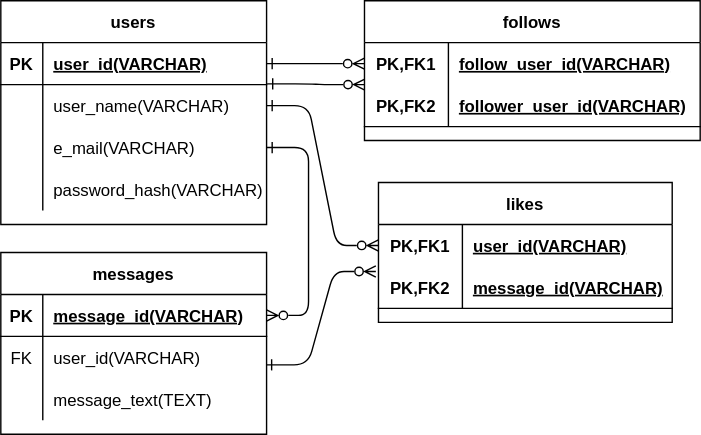
The draw.io diagram docs/ER.svg in shinbunbun/sns, before a commit. Source tidied: cells renumbered, new cells last; positions are measured from the earlier drawing's top-left corner, leaving out a move shared by most shapes.
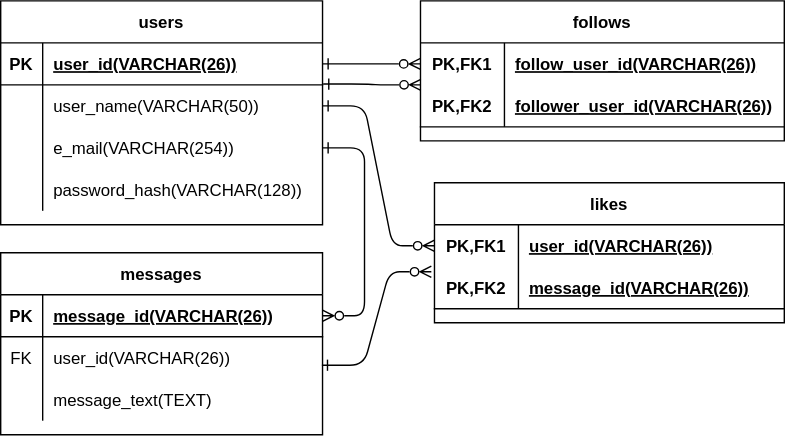
After the commit.

Commit message:
VARCHARの長さを追加

The edit, as a diff of the source:
```diff
@@ -3,118 +3,118 @@
     <mxCell id="0" />
     <mxCell id="1" parent="0" />
     <mxCell id="2" value="users" style="shape=table;startSize=30;rowLines=0;fontStyle=1;align=center;" parent="1" vertex="1">
-      <mxGeometry width="190" height="160" as="geometry" />
+      <mxGeometry x="-20" width="230" height="160" as="geometry" />
     </mxCell>
     <mxCell id="3" style="shape=partialRectangle;fillColor=none;top=0;left=0;bottom=1;right=0;points=[[0,0.5],[1,0.5]];portConstraint=eastwest;" parent="2" vertex="1">
-      <mxGeometry y="30" width="190" height="30" as="geometry" />
+      <mxGeometry y="30" width="230" height="30" as="geometry" />
     </mxCell>
     <mxCell id="4" value="PK" style="shape=partialRectangle;fillColor=none;top=0;left=0;bottom=0;right=0;fontStyle=1;overflow=hidden;" parent="3" vertex="1">
       <mxGeometry width="30" height="30" as="geometry" />
     </mxCell>
-    <mxCell id="5" value="user_id(VARCHAR)" style="shape=partialRectangle;fillColor=none;top=0;left=0;bottom=0;right=0;align=left;spacingLeft=6;fontStyle=5;overflow=hidden;" parent="3" vertex="1">
-      <mxGeometry x="30" width="160" height="30" as="geometry" />
+    <mxCell id="5" value="user_id(VARCHAR(26))" style="shape=partialRectangle;fillColor=none;top=0;left=0;bottom=0;right=0;align=left;spacingLeft=6;fontStyle=5;overflow=hidden;" parent="3" vertex="1">
+      <mxGeometry x="30" width="200" height="30" as="geometry" />
     </mxCell>
     <mxCell id="6" style="shape=partialRectangle;fillColor=none;top=0;left=0;bottom=0;right=0;points=[[0,0.5],[1,0.5]];portConstraint=eastwest;" parent="2" vertex="1">
-      <mxGeometry y="60" width="190" height="30" as="geometry" />
+      <mxGeometry y="60" width="230" height="30" as="geometry" />
     </mxCell>
     <mxCell id="7" style="shape=partialRectangle;fillColor=none;top=0;left=0;bottom=0;right=0;overflow=hidden;" parent="6" vertex="1">
       <mxGeometry width="30" height="30" as="geometry" />
     </mxCell>
-    <mxCell id="8" value="user_name(VARCHAR)" style="shape=partialRectangle;fillColor=none;top=0;left=0;bottom=0;right=0;align=left;spacingLeft=6;overflow=hidden;" parent="6" vertex="1">
-      <mxGeometry x="30" width="160" height="30" as="geometry" />
+    <mxCell id="8" value="user_name(VARCHAR(50))" style="shape=partialRectangle;fillColor=none;top=0;left=0;bottom=0;right=0;align=left;spacingLeft=6;overflow=hidden;" parent="6" vertex="1">
+      <mxGeometry x="30" width="200" height="30" as="geometry" />
     </mxCell>
     <mxCell id="9" style="shape=partialRectangle;fillColor=none;top=0;left=0;bottom=0;right=0;points=[[0,0.5],[1,0.5]];portConstraint=eastwest;" parent="2" vertex="1">
-      <mxGeometry y="90" width="190" height="30" as="geometry" />
+      <mxGeometry y="90" width="230" height="30" as="geometry" />
     </mxCell>
     <mxCell id="10" style="shape=partialRectangle;fillColor=none;top=0;left=0;bottom=0;right=0;overflow=hidden;" parent="9" vertex="1">
       <mxGeometry width="30" height="30" as="geometry" />
     </mxCell>
-    <mxCell id="11" value="e_mail(VARCHAR)" style="shape=partialRectangle;fillColor=none;top=0;left=0;bottom=0;right=0;align=left;spacingLeft=6;overflow=hidden;" parent="9" vertex="1">
-      <mxGeometry x="30" width="160" height="30" as="geometry" />
+    <mxCell id="11" value="e_mail(VARCHAR(254))" style="shape=partialRectangle;fillColor=none;top=0;left=0;bottom=0;right=0;align=left;spacingLeft=6;overflow=hidden;" parent="9" vertex="1">
+      <mxGeometry x="30" width="200" height="30" as="geometry" />
     </mxCell>
     <mxCell id="12" style="shape=partialRectangle;fillColor=none;top=0;left=0;bottom=0;right=0;" parent="2" vertex="1">
-      <mxGeometry y="120" width="190" height="30" as="geometry" />
+      <mxGeometry y="120" width="230" height="30" as="geometry" />
     </mxCell>
     <mxCell id="13" style="shape=partialRectangle;fillColor=none;top=0;left=0;bottom=0;right=0;overflow=hidden;" parent="12" vertex="1">
       <mxGeometry width="30" height="30" as="geometry" />
     </mxCell>
-    <mxCell id="14" value="password_hash(VARCHAR)" style="shape=partialRectangle;fillColor=none;top=0;left=0;bottom=0;right=0;align=left;spacingLeft=6;overflow=hidden;" parent="12" vertex="1">
-      <mxGeometry x="30" width="160" height="30" as="geometry" />
+    <mxCell id="14" value="password_hash(VARCHAR(128))" style="shape=partialRectangle;fillColor=none;top=0;left=0;bottom=0;right=0;align=left;spacingLeft=6;overflow=hidden;" parent="12" vertex="1">
+      <mxGeometry x="30" width="200" height="30" as="geometry" />
     </mxCell>
     <mxCell id="15" style="edgeStyle=entityRelationEdgeStyle;fontSize=12;html=1;endArrow=ERzeroToMany;entryX=0;entryY=0.5;entryDx=0;entryDy=0;exitX=1;exitY=0.5;exitDx=0;exitDy=0;startArrow=ERone;startFill=0;endFill=0;" parent="1" edge="1" source="3" target="27">
       <mxGeometry relative="1" as="geometry" />
     </mxCell>
     <mxCell id="16" value="messages" style="shape=table;startSize=30;rowLines=0;fontStyle=1;align=center;" parent="1" vertex="1">
-      <mxGeometry y="180" width="190" height="130" as="geometry" />
+      <mxGeometry x="-20" y="180" width="230" height="130" as="geometry" />
     </mxCell>
     <mxCell id="17" style="shape=partialRectangle;fillColor=none;top=0;left=0;bottom=1;right=0;points=[[0,0.5],[1,0.5]];portConstraint=eastwest;" parent="16" vertex="1">
-      <mxGeometry y="30" width="190" height="30" as="geometry" />
+      <mxGeometry y="30" width="230" height="30" as="geometry" />
     </mxCell>
     <mxCell id="18" value="PK" style="shape=partialRectangle;fillColor=none;top=0;left=0;bottom=0;right=0;fontStyle=1;overflow=hidden;" parent="17" vertex="1">
       <mxGeometry width="30" height="30" as="geometry" />
     </mxCell>
-    <mxCell id="19" value="message_id(VARCHAR)" style="shape=partialRectangle;fillColor=none;top=0;left=0;bottom=0;right=0;align=left;spacingLeft=6;fontStyle=5;overflow=hidden;" parent="17" vertex="1">
-      <mxGeometry x="30" width="160" height="30" as="geometry" />
+    <mxCell id="19" value="message_id(VARCHAR(26))" style="shape=partialRectangle;fillColor=none;top=0;left=0;bottom=0;right=0;align=left;spacingLeft=6;fontStyle=5;overflow=hidden;" parent="17" vertex="1">
+      <mxGeometry x="30" width="200" height="30" as="geometry" />
     </mxCell>
     <mxCell id="20" style="shape=partialRectangle;fillColor=none;top=0;left=0;bottom=0;right=0;points=[[0,0.5],[1,0.5]];portConstraint=eastwest;" parent="16" vertex="1">
-      <mxGeometry y="60" width="190" height="30" as="geometry" />
+      <mxGeometry y="60" width="230" height="30" as="geometry" />
     </mxCell>
     <mxCell id="21" value="FK" style="shape=partialRectangle;fillColor=none;top=0;left=0;bottom=0;right=0;overflow=hidden;" parent="20" vertex="1">
       <mxGeometry width="30" height="30" as="geometry" />
     </mxCell>
-    <mxCell id="22" value="user_id(VARCHAR)" style="shape=partialRectangle;fillColor=none;top=0;left=0;bottom=0;right=0;align=left;spacingLeft=6;overflow=hidden;" parent="20" vertex="1">
-      <mxGeometry x="30" width="160" height="30" as="geometry" />
+    <mxCell id="22" value="user_id(VARCHAR(26))" style="shape=partialRectangle;fillColor=none;top=0;left=0;bottom=0;right=0;align=left;spacingLeft=6;overflow=hidden;" parent="20" vertex="1">
+      <mxGeometry x="30" width="200" height="30" as="geometry" />
     </mxCell>
     <mxCell id="23" style="shape=partialRectangle;fillColor=none;top=0;left=0;bottom=0;right=0;" parent="16" vertex="1">
-      <mxGeometry y="90" width="190" height="30" as="geometry" />
+      <mxGeometry y="90" width="230" height="30" as="geometry" />
     </mxCell>
     <mxCell id="24" style="shape=partialRectangle;fillColor=none;top=0;left=0;bottom=0;right=0;overflow=hidden;" parent="23" vertex="1">
       <mxGeometry width="30" height="30" as="geometry" />
     </mxCell>
     <mxCell id="25" value="message_text(TEXT)" style="shape=partialRectangle;fillColor=none;top=0;left=0;bottom=0;right=0;align=left;spacingLeft=6;overflow=hidden;" parent="23" vertex="1">
-      <mxGeometry x="30" width="160" height="30" as="geometry" />
+      <mxGeometry x="30" width="200" height="30" as="geometry" />
     </mxCell>
     <mxCell id="26" value="follows" style="shape=table;startSize=30;rowLines=0;fontStyle=1;align=center;" parent="1" vertex="1">
-      <mxGeometry x="260" width="240" height="100" as="geometry" />
+      <mxGeometry x="280" width="260" height="100" as="geometry" />
     </mxCell>
     <mxCell id="27" style="shape=partialRectangle;fillColor=none;top=0;left=0;bottom=0;right=0;points=[[0,0.5],[1,0.5]];portConstraint=eastwest;" parent="26" vertex="1">
-      <mxGeometry y="30" width="240" height="30" as="geometry" />
+      <mxGeometry y="30" width="260" height="30" as="geometry" />
     </mxCell>
     <mxCell id="28" value="PK,FK1" style="shape=partialRectangle;fillColor=none;top=0;left=0;bottom=0;right=0;fontStyle=1;overflow=hidden;" parent="27" vertex="1">
       <mxGeometry width="60" height="30" as="geometry" />
     </mxCell>
-    <mxCell id="29" value="follow_user_id(VARCHAR)" style="shape=partialRectangle;fillColor=none;top=0;left=0;bottom=0;right=0;align=left;spacingLeft=6;fontStyle=5;overflow=hidden;" parent="27" vertex="1">
-      <mxGeometry x="60" width="180" height="30" as="geometry" />
+    <mxCell id="29" value="follow_user_id(VARCHAR(26))" style="shape=partialRectangle;fillColor=none;top=0;left=0;bottom=0;right=0;align=left;spacingLeft=6;fontStyle=5;overflow=hidden;" parent="27" vertex="1">
+      <mxGeometry x="60" width="200" height="30" as="geometry" />
     </mxCell>
     <mxCell id="30" style="shape=partialRectangle;fillColor=none;top=0;left=0;bottom=1;right=0;points=[[0,0.5],[1,0.5]];portConstraint=eastwest;" parent="26" vertex="1">
-      <mxGeometry y="60" width="240" height="30" as="geometry" />
+      <mxGeometry y="60" width="260" height="30" as="geometry" />
     </mxCell>
     <mxCell id="31" value="PK,FK2" style="shape=partialRectangle;fillColor=none;top=0;left=0;bottom=0;right=0;fontStyle=1;overflow=hidden;" parent="30" vertex="1">
       <mxGeometry width="60" height="30" as="geometry" />
     </mxCell>
-    <mxCell id="32" value="follower_user_id(VARCHAR)" style="shape=partialRectangle;fillColor=none;top=0;left=0;bottom=0;right=0;align=left;spacingLeft=6;fontStyle=5;overflow=hidden;" parent="30" vertex="1">
-      <mxGeometry x="60" width="180" height="30" as="geometry" />
+    <mxCell id="32" value="follower_user_id(VARCHAR(26))" style="shape=partialRectangle;fillColor=none;top=0;left=0;bottom=0;right=0;align=left;spacingLeft=6;fontStyle=5;overflow=hidden;" parent="30" vertex="1">
+      <mxGeometry x="60" width="200" height="30" as="geometry" />
     </mxCell>
     <mxCell id="33" value="likes" style="shape=table;startSize=30;rowLines=0;fontStyle=1;align=center;" parent="1" vertex="1">
-      <mxGeometry x="270" y="130" width="210" height="100" as="geometry" />
+      <mxGeometry x="290" y="130" width="250" height="100" as="geometry" />
     </mxCell>
     <mxCell id="34" style="shape=partialRectangle;fillColor=none;top=0;left=0;bottom=0;right=0;points=[[0,0.5],[1,0.5]];portConstraint=eastwest;" parent="33" vertex="1">
-      <mxGeometry y="30" width="210" height="30" as="geometry" />
+      <mxGeometry y="30" width="250" height="30" as="geometry" />
     </mxCell>
     <mxCell id="35" value="PK,FK1" style="shape=partialRectangle;fillColor=none;top=0;left=0;bottom=0;right=0;fontStyle=1;overflow=hidden;" parent="34" vertex="1">
       <mxGeometry width="60" height="30" as="geometry" />
     </mxCell>
-    <mxCell id="36" value="user_id(VARCHAR)" style="shape=partialRectangle;fillColor=none;top=0;left=0;bottom=0;right=0;align=left;spacingLeft=6;fontStyle=5;overflow=hidden;" parent="34" vertex="1">
-      <mxGeometry x="60" width="150" height="30" as="geometry" />
+    <mxCell id="36" value="user_id(VARCHAR(26))" style="shape=partialRectangle;fillColor=none;top=0;left=0;bottom=0;right=0;align=left;spacingLeft=6;fontStyle=5;overflow=hidden;" parent="34" vertex="1">
+      <mxGeometry x="60" width="190" height="30" as="geometry" />
     </mxCell>
     <mxCell id="37" style="shape=partialRectangle;fillColor=none;top=0;left=0;bottom=1;right=0;" parent="33" vertex="1">
-      <mxGeometry y="60" width="210" height="30" as="geometry" />
+      <mxGeometry y="60" width="250" height="30" as="geometry" />
     </mxCell>
     <mxCell id="38" value="PK,FK2" style="shape=partialRectangle;fillColor=none;top=0;left=0;bottom=0;right=0;fontStyle=1;overflow=hidden;" parent="37" vertex="1">
       <mxGeometry width="60" height="30" as="geometry" />
     </mxCell>
-    <mxCell id="39" value="message_id(VARCHAR)" style="shape=partialRectangle;fillColor=none;top=0;left=0;bottom=0;right=0;align=left;spacingLeft=6;fontStyle=5;overflow=hidden;" parent="37" vertex="1">
-      <mxGeometry x="60" width="150" height="30" as="geometry" />
+    <mxCell id="39" value="message_id(VARCHAR(26))" style="shape=partialRectangle;fillColor=none;top=0;left=0;bottom=0;right=0;align=left;spacingLeft=6;fontStyle=5;overflow=hidden;" parent="37" vertex="1">
+      <mxGeometry x="60" width="190" height="30" as="geometry" />
     </mxCell>
     <mxCell id="40" style="edgeStyle=entityRelationEdgeStyle;fontSize=12;html=1;endArrow=ERzeroToMany;entryX=-0.009;entryY=1.12;entryDx=0;entryDy=0;entryPerimeter=0;startArrow=ERone;startFill=0;endFill=0;exitX=0.998;exitY=0.678;exitDx=0;exitDy=0;exitPerimeter=0;" parent="1" edge="1" source="20" target="34">
       <mxGeometry relative="1" as="geometry" />
```
